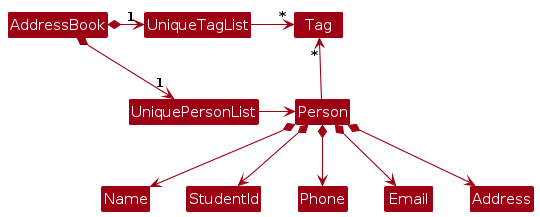
This is diagrams/BetterModelClassDiagram.png from AY2627S1-CS2103T-F12-1/tp, a PlantUML export, as it was before one commit. Its source is kept beside it as diagrams/BetterModelClassDiagram.puml.
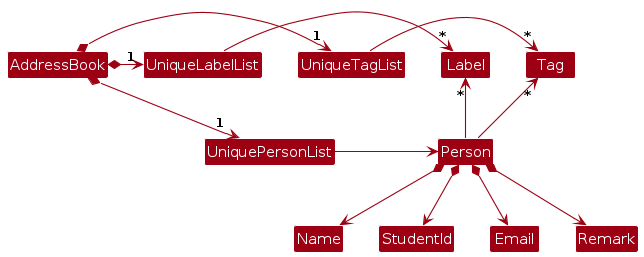
Later version of the same file.

The edit, as a diff of the source:
```diff
@@ -6,17 +6,19 @@
 
 AddressBook *-right-> "1" UniquePersonList
 AddressBook *-right-> "1" UniqueTagList
+AddressBook *-right-> "1" UniqueLabelList
 UniqueTagList -[hidden]down- UniquePersonList
-UniqueTagList -[hidden]down- UniquePersonList
+UniqueLabelList -[hidden]down- UniquePersonList
 
 UniqueTagList -right-> "*" Tag
+UniqueLabelList -right-> "*" Label
 UniquePersonList -right-> Person
 
 Person -up-> "*" Tag
+Person -up-> "*" Label
 
 Person *--> Name
 Person *--> StudentId
-Person *--> Phone
 Person *--> Email
-Person *--> Address
+Person *--> Remark
 @enduml
```
